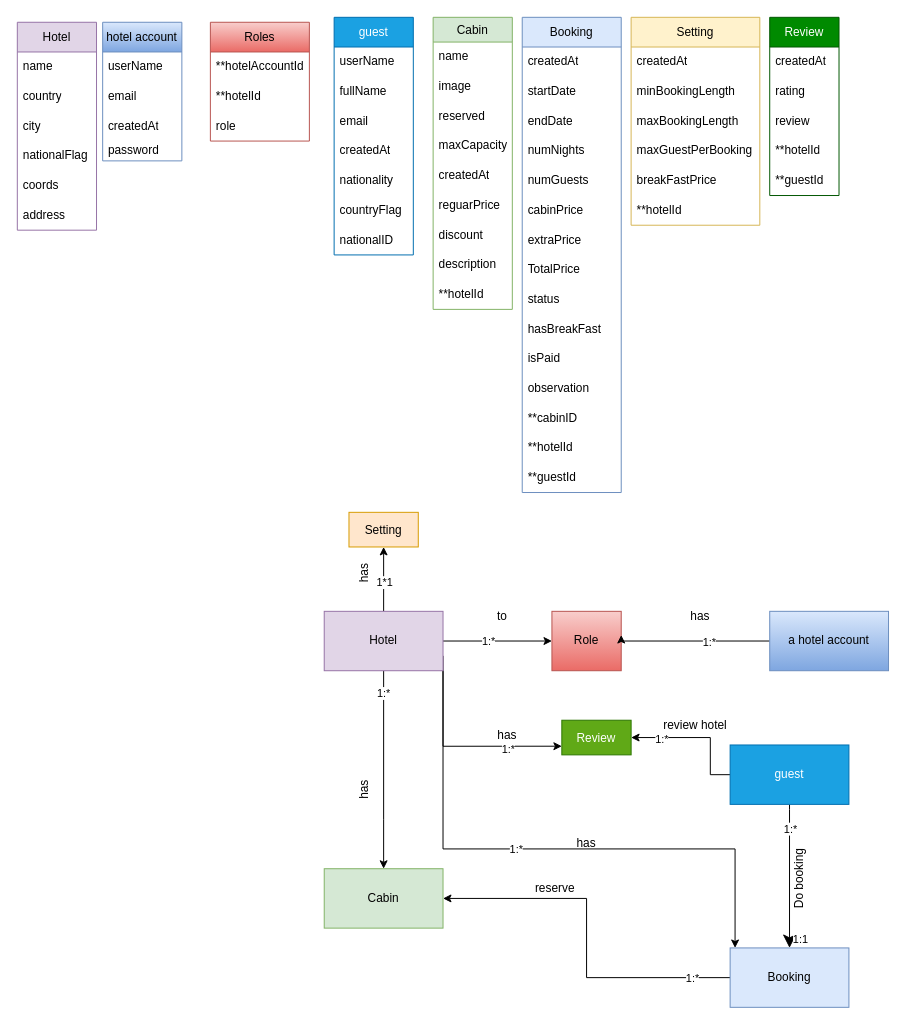
natnaelAbebaw/Roomy-backend keeps this draw.io diagram as database model/booking-back-end_model.drawio. Above is the earlier version. Source tidied: cells renumbered, new cells numbered last; positions are measured from the earlier drawing's top-left corner, leaving out a move shared by most shapes. Both pictures are drawn from the tidied source at 99%, with x=0, y=0 at pixel (17, 17).
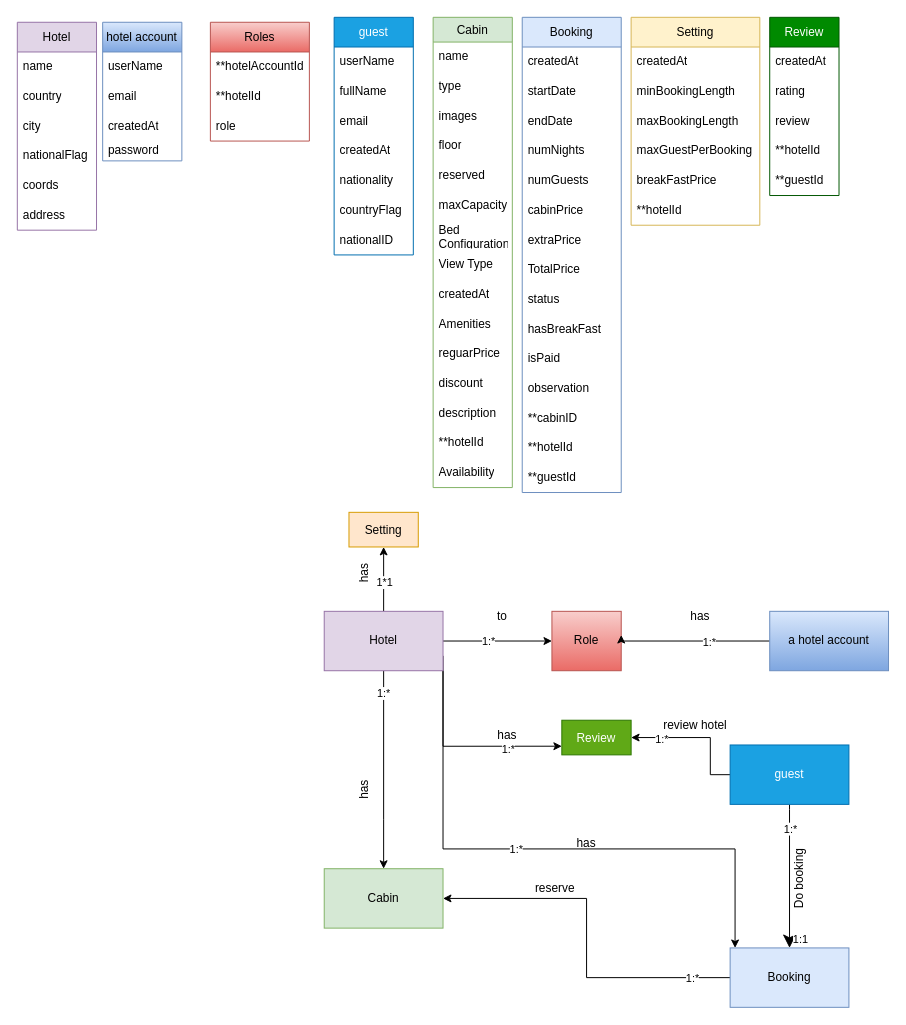
The same page after the edit.

The edit, as a diff of the source:
```diff
@@
     <mxCell id="17" value="Cabin" style="swimlane;fontStyle=0;horizontal=1;startSize=25;whiteSpace=wrap;html=1;fillColor=#d5e8d4;strokeColor=#82b366;" parent="1" vertex="1">
-      <mxGeometry x="420" width="80" height="295" as="geometry" />
+      <mxGeometry x="420" width="80" height="475" as="geometry" />
     </mxCell>
@@
+    <mxCell id="101" value="type" style="text;strokeColor=none;fillColor=none;align=left;verticalAlign=middle;spacingLeft=4;spacingRight=4;overflow=hidden;whiteSpace=wrap;html=1;" parent="17" vertex="1">
+      <mxGeometry y="55" width="80" height="30" as="geometry" />
+    </mxCell>
-    <mxCell id="19" value="image" style="text;strokeColor=none;fillColor=none;align=left;verticalAlign=middle;spacingLeft=4;spacingRight=4;overflow=hidden;whiteSpace=wrap;html=1;" parent="17" vertex="1">
-      <mxGeometry y="55" width="80" height="30" as="geometry" />
+    <mxCell id="19" value="images" style="text;strokeColor=none;fillColor=none;align=left;verticalAlign=middle;spacingLeft=4;spacingRight=4;overflow=hidden;whiteSpace=wrap;html=1;" parent="17" vertex="1">
+      <mxGeometry y="85" width="80" height="30" as="geometry" />
     </mxCell>
+    <mxCell id="102" value="floor" style="text;strokeColor=none;fillColor=none;align=left;verticalAlign=middle;spacingLeft=4;spacingRight=4;overflow=hidden;whiteSpace=wrap;html=1;" parent="17" vertex="1">
+      <mxGeometry y="115" width="80" height="30" as="geometry" />
+    </mxCell>
     <mxCell id="20" value="reserved" style="text;strokeColor=none;fillColor=none;align=left;verticalAlign=middle;spacingLeft=4;spacingRight=4;overflow=hidden;whiteSpace=wrap;html=1;" parent="17" vertex="1">
-      <mxGeometry y="85" width="80" height="30" as="geometry" />
+      <mxGeometry y="145" width="80" height="30" as="geometry" />
     </mxCell>
     <mxCell id="21" value="maxCapacity" style="text;strokeColor=none;fillColor=none;align=left;verticalAlign=middle;spacingLeft=4;spacingRight=4;overflow=hidden;whiteSpace=wrap;html=1;" parent="17" vertex="1">
-      <mxGeometry y="115" width="80" height="30" as="geometry" />
+      <mxGeometry y="175" width="80" height="30" as="geometry" />
     </mxCell>
+    <mxCell id="103" value="Bed Configuration" style="text;strokeColor=none;fillColor=none;align=left;verticalAlign=middle;spacingLeft=4;spacingRight=4;overflow=hidden;whiteSpace=wrap;html=1;" parent="17" vertex="1">
+      <mxGeometry y="205" width="80" height="30" as="geometry" />
+    </mxCell>
+    <mxCell id="104" value="View Type" style="text;strokeColor=none;fillColor=none;align=left;verticalAlign=middle;spacingLeft=4;spacingRight=4;overflow=hidden;whiteSpace=wrap;html=1;" parent="17" vertex="1">
+      <mxGeometry y="235" width="80" height="30" as="geometry" />
+    </mxCell>
     <mxCell id="22" value="createdAt" style="text;strokeColor=none;fillColor=none;align=left;verticalAlign=middle;spacingLeft=4;spacingRight=4;overflow=hidden;whiteSpace=wrap;html=1;" parent="17" vertex="1">
-      <mxGeometry y="145" width="80" height="30" as="geometry" />
+      <mxGeometry y="265" width="80" height="30" as="geometry" />
     </mxCell>
+    <mxCell id="105" value="Amenities" style="text;strokeColor=none;fillColor=none;align=left;verticalAlign=middle;spacingLeft=4;spacingRight=4;overflow=hidden;whiteSpace=wrap;html=1;" parent="17" vertex="1">
+      <mxGeometry y="295" width="80" height="30" as="geometry" />
+    </mxCell>
     <mxCell id="23" value="reguarPrice" style="text;strokeColor=none;fillColor=none;align=left;verticalAlign=middle;spacingLeft=4;spacingRight=4;overflow=hidden;whiteSpace=wrap;html=1;" parent="17" vertex="1">
-      <mxGeometry y="175" width="80" height="30" as="geometry" />
+      <mxGeometry y="325" width="80" height="30" as="geometry" />
     </mxCell>
     <mxCell id="24" value="discount" style="text;strokeColor=none;fillColor=none;align=left;verticalAlign=middle;spacingLeft=4;spacingRight=4;overflow=hidden;whiteSpace=wrap;html=1;" parent="17" vertex="1">
-      <mxGeometry y="205" width="80" height="30" as="geometry" />
+      <mxGeometry y="355" width="80" height="30" as="geometry" />
     </mxCell>
     <mxCell id="25" value="description" style="text;strokeColor=none;fillColor=none;align=left;verticalAlign=middle;spacingLeft=4;spacingRight=4;overflow=hidden;whiteSpace=wrap;html=1;" parent="17" vertex="1">
-      <mxGeometry y="235" width="80" height="30" as="geometry" />
+      <mxGeometry y="385" width="80" height="30" as="geometry" />
     </mxCell>
     <mxCell id="26" value="**hotelId" style="text;strokeColor=none;fillColor=none;align=left;verticalAlign=middle;spacingLeft=4;spacingRight=4;overflow=hidden;whiteSpace=wrap;html=1;" parent="17" vertex="1">
-      <mxGeometry y="265" width="80" height="30" as="geometry" />
+      <mxGeometry y="415" width="80" height="30" as="geometry" />
     </mxCell>
+    <mxCell id="106" value="Availability" style="text;strokeColor=none;fillColor=none;align=left;verticalAlign=middle;spacingLeft=4;spacingRight=4;overflow=hidden;whiteSpace=wrap;html=1;" parent="17" vertex="1">
+      <mxGeometry y="445" width="80" height="30" as="geometry" />
+    </mxCell>
```
